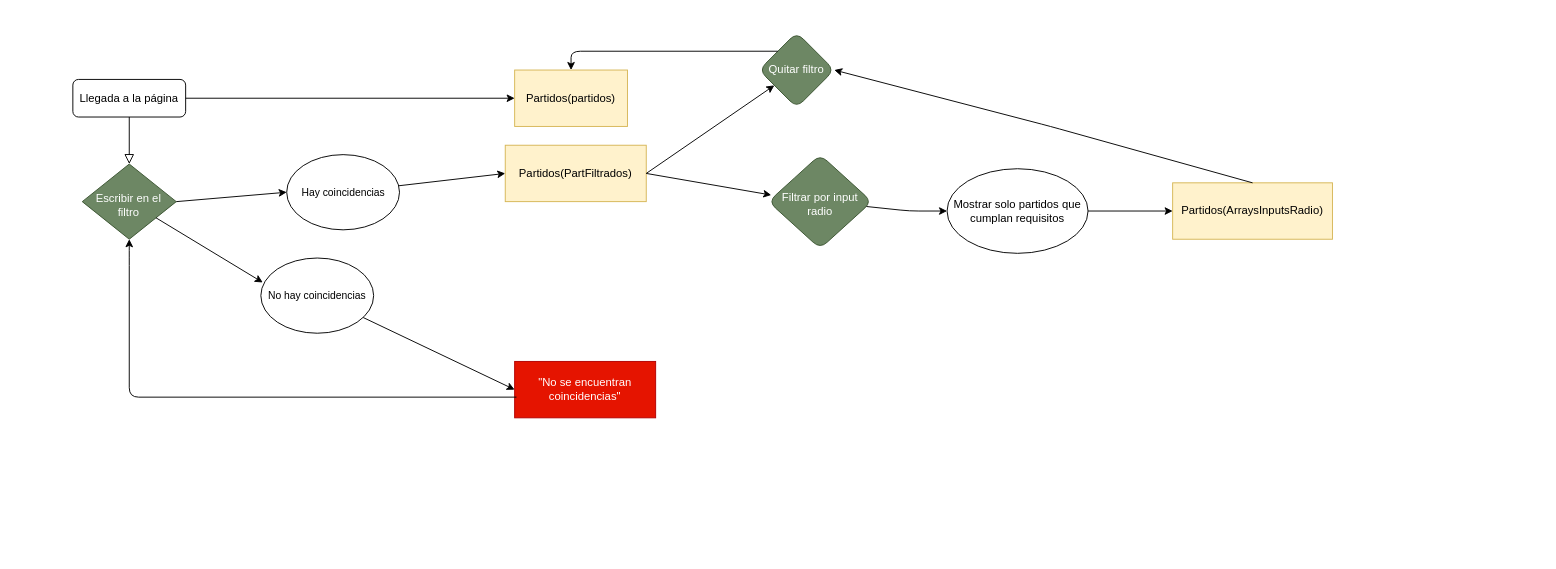
javimelia/SecondProject keeps this draw.io diagram as Flowchart.drawio. Above is the earlier version. Source tidied: cells renumbered, new cells numbered last; positions are measured from the earlier drawing's top-left corner, leaving out a move shared by most shapes. Both pictures are drawn from the tidied source at 94%, with x=0, y=0 at pixel (72, 32).
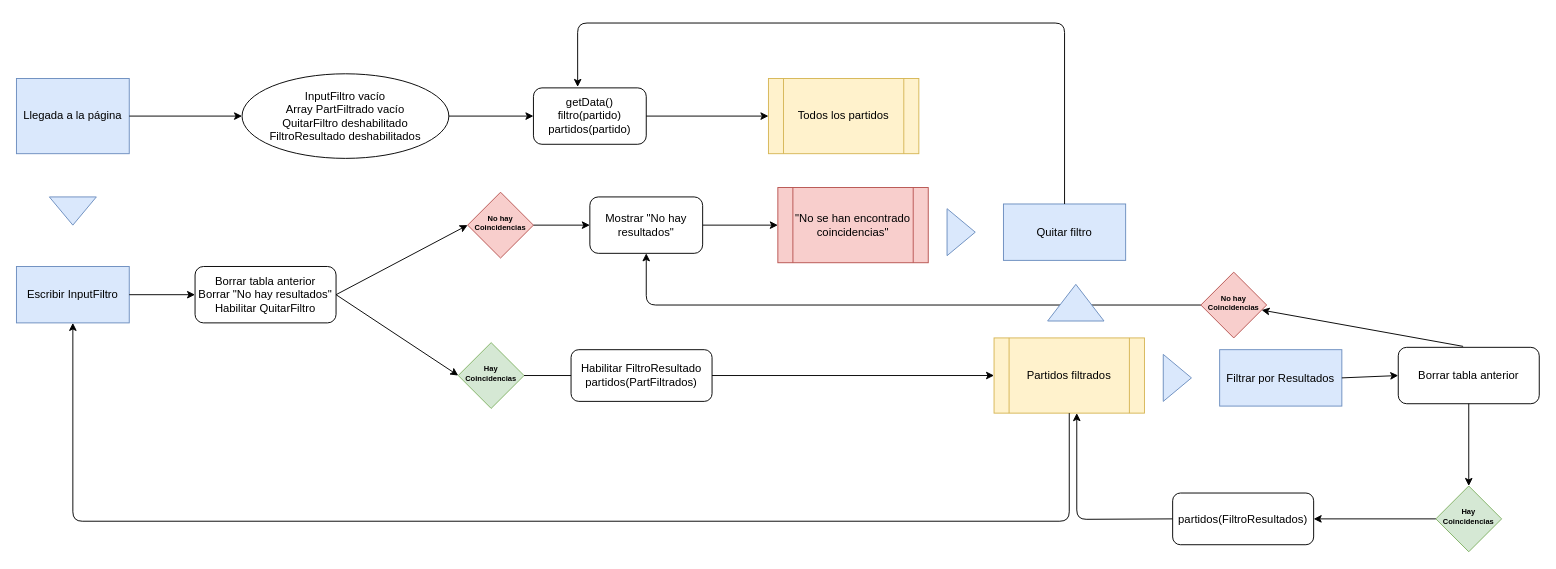
The same page after the edit.

What changed in the source:
```diff
@@
-    <mxCell id="0" />
-    <mxCell id="1" parent="0" />
-    <mxCell id="2" style="rounded=0;html=1;jettySize=auto;fontSize=11;endArrow=block;endFill=0;endSize=8;strokeWidth=1;shadow=0;labelBackgroundColor=none;edgeStyle=orthogonalEdgeStyle;" parent="1" edge="1" source="3" target="4">
-      <mxGeometry relative="1" as="geometry" />
-    </mxCell>
+    <mxCell id="26" />
+    <mxCell id="27" parent="26" />
-    <mxCell id="3" value="Llegada a la página" style="rounded=1;whiteSpace=wrap;html=1;fontSize=12;glass=0;strokeWidth=1;shadow=0;" parent="1" vertex="1">
-      <mxGeometry y="50" width="120" height="40" as="geometry" />
+    <mxCell id="3" value="Llegada a la página" style="rounded=0;whiteSpace=wrap;html=1;fillColor=#dae8fc;strokeColor=#6c8ebf;" parent="27" vertex="1">
+      <mxGeometry x="-60" y="49" width="120" height="80" as="geometry" />
     </mxCell>
-    <mxCell id="4" value="Escribir en el filtro" style="rhombus;whiteSpace=wrap;html=1;shadow=0;fontFamily=Helvetica;fontSize=12;align=center;strokeWidth=1;spacing=6;spacingTop=8;horizontal=1;verticalAlign=middle;spacingLeft=5;spacingRight=6;fillColor=#6d8764;strokeColor=#3A5431;fontColor=#ffffff;" parent="1" vertex="1">
-      <mxGeometry x="10" y="140" width="100" height="80" as="geometry" />
-    </mxCell>
-    <mxCell id="5" value="Partidos(partidos)" style="rounded=0;whiteSpace=wrap;html=1;fillColor=#fff2cc;strokeColor=#d6b656;" parent="1" vertex="1">
-      <mxGeometry x="470" y="40" width="120" height="60" as="geometry" />
-    </mxCell>
-    <mxCell id="6" value="Partidos(PartFiltrados)" style="rounded=0;whiteSpace=wrap;html=1;fillColor=#fff2cc;strokeColor=#d6b656;" parent="1" vertex="1">
-      <mxGeometry x="460" y="120" width="150" height="60" as="geometry" />
-    </mxCell>
-    <mxCell id="7" style="endArrow=classic;html=1;exitX=1;exitY=0.5;exitDx=0;exitDy=0;" parent="1" edge="1" source="6" target="8">
-      <mxGeometry relative="1" as="geometry" />
-    </mxCell>
+    <mxCell id="28" value="InputFiltro vacío&lt;br&gt;Array PartFiltrado vacío&lt;br&gt;QuitarFiltro deshabilitado&lt;br&gt;FiltroResultado deshabilitados" style="ellipse;whiteSpace=wrap;html=1;spacing=0;" parent="27" vertex="1">
+      <mxGeometry x="180" y="44" width="220" height="90" as="geometry" />
+    </mxCell>
+    <mxCell id="29" style="endArrow=classic;html=1;exitX=1;exitY=0.5;exitDx=0;exitDy=0;" parent="27" edge="1" source="3" target="28">
+      <mxGeometry relative="1" as="geometry" />
+    </mxCell>
+    <mxCell id="30" style="endArrow=classic;html=1;exitX=1;exitY=0.5;exitDx=0;exitDy=0;entryX=0;entryY=0.5;entryDx=0;entryDy=0;" parent="27" edge="1" source="28" target="31">
+      <mxGeometry relative="1" as="geometry" />
+    </mxCell>
+    <mxCell id="31" value="getData()&lt;br&gt;filtro(partido)&lt;br&gt;partidos(partido)" style="rounded=1;whiteSpace=wrap;html=1;" parent="27" vertex="1">
+      <mxGeometry x="490" y="59" width="120" height="60" as="geometry" />
+    </mxCell>
+    <mxCell id="32" style="endArrow=classic;html=1;exitX=1;exitY=0.5;exitDx=0;exitDy=0;entryX=0;entryY=0.5;entryDx=0;entryDy=0;" parent="27" edge="1" source="31" target="33">
+      <mxGeometry relative="1" as="geometry" />
+    </mxCell>
+    <mxCell id="33" value="Todos los partidos" style="shape=process;whiteSpace=wrap;html=1;backgroundOutline=1;fillColor=#fff2cc;strokeColor=#d6b656;" parent="27" vertex="1">
+      <mxGeometry x="740" y="49" width="160" height="80" as="geometry" />
+    </mxCell>
+    <mxCell id="34" style="triangle;whiteSpace=wrap;html=1;direction=south;fillColor=#dae8fc;strokeColor=#6c8ebf;" parent="27" vertex="1">
+      <mxGeometry x="-25" y="175" width="50" height="30" as="geometry" />
+    </mxCell>
+    <mxCell id="35" value="Escribir InputFiltro" style="rounded=0;whiteSpace=wrap;html=1;fillColor=#dae8fc;strokeColor=#6c8ebf;" parent="27" vertex="1">
+      <mxGeometry x="-60" y="249" width="120" height="60" as="geometry" />
+    </mxCell>
+    <mxCell id="36" style="triangle;whiteSpace=wrap;html=1;direction=east;fillColor=#dae8fc;strokeColor=#6c8ebf;" parent="27" vertex="1">
+      <mxGeometry x="1160" y="342.5" width="30" height="50" as="geometry" />
+    </mxCell>
+    <mxCell id="37" value="Filtrar por Resultados" style="rounded=0;whiteSpace=wrap;html=1;fillColor=#dae8fc;strokeColor=#6c8ebf;" parent="27" vertex="1">
+      <mxGeometry x="1220" y="337.5" width="130" height="60" as="geometry" />
+    </mxCell>
+    <mxCell id="38" style="endArrow=classic;html=1;exitX=1;exitY=0.5;exitDx=0;exitDy=0;entryX=0;entryY=0.5;entryDx=0;entryDy=0;" parent="27" edge="1" source="41" target="43">
+      <mxGeometry relative="1" as="geometry" />
+    </mxCell>
+    <mxCell id="39" value="Habilitar FiltroResultado&lt;br&gt;partidos(PartFiltrados)" style="rounded=1;whiteSpace=wrap;html=1;" parent="27" vertex="1">
+      <mxGeometry x="530" y="337.5" width="150" height="55" as="geometry" />
+    </mxCell>
+    <mxCell id="40" value="Partidos filtrados" style="shape=process;whiteSpace=wrap;html=1;backgroundOutline=1;fillColor=#fff2cc;strokeColor=#d6b656;" parent="27" vertex="1">
+      <mxGeometry x="980" y="325" width="160" height="80" as="geometry" />
+    </mxCell>
+    <mxCell id="41" value="Borrar tabla anterior&lt;br&gt;Borrar &quot;No hay resultados&quot;&lt;br&gt;Habilitar QuitarFiltro" style="rounded=1;whiteSpace=wrap;html=1;" parent="27" vertex="1">
+      <mxGeometry x="130" y="249" width="150" height="60" as="geometry" />
+    </mxCell>
+    <mxCell id="42" style="endArrow=classic;html=1;exitX=1;exitY=0.5;exitDx=0;exitDy=0;" parent="27" edge="1" source="39" target="40">
+      <mxGeometry relative="1" as="geometry" />
+    </mxCell>
+    <mxCell id="43" value="Hay &lt;br&gt;Coincidencias" style="rhombus;whiteSpace=wrap;html=1;labelBackgroundColor=none;fontSize=8;fontStyle=1;spacingTop=-5;fillColor=#d5e8d4;strokeColor=#82b366;" parent="27" vertex="1">
+      <mxGeometry x="410" y="330" width="70" height="70" as="geometry" />
+    </mxCell>
+    <mxCell id="44" style="endArrow=none;html=1;fontSize=8;entryX=0;entryY=0.5;entryDx=0;entryDy=0;exitX=1;exitY=0.5;exitDx=0;exitDy=0;" parent="27" edge="1" source="43" target="39">
+      <mxGeometry relative="1" as="geometry" />
+    </mxCell>
+    <mxCell id="45" value="No hay &lt;br&gt;Coincidencias" style="rhombus;whiteSpace=wrap;html=1;labelBackgroundColor=none;fontSize=8;fontStyle=1;spacingTop=-5;fillColor=#f8cecc;strokeColor=#b85450;" parent="27" vertex="1">
+      <mxGeometry x="420" y="170" width="70" height="70" as="geometry" />
+    </mxCell>
+    <mxCell id="46" style="endArrow=classic;html=1;exitX=1;exitY=0.5;exitDx=0;exitDy=0;entryX=0;entryY=0.5;entryDx=0;entryDy=0;" parent="27" edge="1" source="50" target="47">
+      <mxGeometry relative="1" as="geometry" />
+    </mxCell>
+    <mxCell id="47" value="&quot;No se han encontrado coincidencias&quot;" style="shape=process;whiteSpace=wrap;html=1;backgroundOutline=1;fillColor=#f8cecc;strokeColor=#b85450;" parent="27" vertex="1">
+      <mxGeometry x="750" y="165" width="160" height="80" as="geometry" />
+    </mxCell>
+    <mxCell id="48" style="endArrow=classic;html=1;fontSize=8;exitX=1;exitY=0.5;exitDx=0;exitDy=0;entryX=0;entryY=0.5;entryDx=0;entryDy=0;" parent="27" edge="1" source="41" target="45">
+      <mxGeometry relative="1" as="geometry" />
+    </mxCell>
+    <mxCell id="49" style="endArrow=classic;html=1;fontSize=8;" parent="27" edge="1" source="35" target="41">
+      <mxGeometry relative="1" as="geometry" />
+    </mxCell>
+    <mxCell id="50" value="Mostrar &quot;No hay resultados&quot;" style="rounded=1;whiteSpace=wrap;html=1;" parent="27" vertex="1">
+      <mxGeometry x="550" y="175" width="120" height="60" as="geometry" />
+    </mxCell>
+    <mxCell id="51" style="endArrow=classic;html=1;exitX=1;exitY=0.5;exitDx=0;exitDy=0;entryX=0;entryY=0.5;entryDx=0;entryDy=0;" parent="27" edge="1" source="45" target="50">
+      <mxGeometry relative="1" as="geometry" />
+    </mxCell>
+    <mxCell id="52" style="endArrow=classic;html=1;exitX=1;exitY=0.5;exitDx=0;exitDy=0;entryX=0;entryY=0.5;entryDx=0;entryDy=0;" parent="27" edge="1" source="37" target="54">
+      <mxGeometry relative="1" as="geometry" />
+    </mxCell>
+    <mxCell id="53" style="triangle;whiteSpace=wrap;html=1;direction=east;fillColor=#dae8fc;strokeColor=#6c8ebf;" parent="27" vertex="1">
+      <mxGeometry x="930" y="187.5" width="30" height="50" as="geometry" />
+    </mxCell>
-    <mxCell id="8" value="Quitar filtro" style="rhombus;whiteSpace=wrap;html=1;rounded=1;glass=0;fillColor=#6d8764;strokeColor=#3A5431;fontColor=#ffffff;" parent="1" vertex="1">
-      <mxGeometry x="730" width="80" height="80" as="geometry" />
+    <mxCell id="8" value="Quitar filtro" style="rounded=0;whiteSpace=wrap;html=1;fillColor=#dae8fc;strokeColor=#6c8ebf;" parent="27" vertex="1">
+      <mxGeometry x="990" y="182.5" width="130" height="60" as="geometry" />
     </mxCell>
-    <mxCell id="9" value="Filtrar por input radio" style="rhombus;whiteSpace=wrap;html=1;rounded=1;glass=0;spacingTop=5;fillColor=#6d8764;strokeColor=#3A5431;fontColor=#ffffff;" parent="1" vertex="1">
-      <mxGeometry x="740" y="130" width="110" height="100" as="geometry" />
-    </mxCell>
-    <mxCell id="10" style="endArrow=classic;html=1;exitX=1;exitY=0.5;exitDx=0;exitDy=0;entryX=0.027;entryY=0.43;entryDx=0;entryDy=0;entryPerimeter=0;" parent="1" edge="1" source="6" target="9">
-      <mxGeometry relative="1" as="geometry" />
-    </mxCell>
-    <mxCell id="11" style="endArrow=classic;html=1;" parent="1" edge="1" source="9">
-      <mxGeometry relative="1" as="geometry">
-        <mxPoint x="930" y="190" as="targetPoint" />
-        <Array as="points">
-          <mxPoint x="890" y="190" />
-        </Array>
-      </mxGeometry>
-    </mxCell>
-    <mxCell id="12" value="Mostrar solo partidos que cumplan requisitos" style="ellipse;whiteSpace=wrap;html=1;rounded=1;glass=0;" parent="1" vertex="1">
-      <mxGeometry x="930" y="145" width="150" height="90" as="geometry" />
-    </mxCell>
-    <mxCell id="13" value="Partidos(ArraysInputsRadio)" style="rounded=0;whiteSpace=wrap;html=1;fillColor=#fff2cc;strokeColor=#d6b656;" parent="1" vertex="1">
-      <mxGeometry x="1170" y="160" width="170" height="60" as="geometry" />
-    </mxCell>
-    <mxCell id="14" style="endArrow=classic;html=1;entryX=0;entryY=0.5;entryDx=0;entryDy=0;" parent="1" edge="1" source="20" target="15">
-      <mxGeometry relative="1" as="geometry" />
-    </mxCell>
-    <mxCell id="15" value="&quot;No se encuentran coincidencias&quot;" style="rounded=0;whiteSpace=wrap;html=1;fillColor=#e51400;strokeColor=#B20000;fontColor=#ffffff;" parent="1" vertex="1">
-      <mxGeometry x="470" y="350" width="150" height="60" as="geometry" />
-    </mxCell>
-    <mxCell id="16" style="endArrow=classic;html=1;entryX=1;entryY=0.5;entryDx=0;entryDy=0;exitX=0.5;exitY=0;exitDx=0;exitDy=0;" parent="1" edge="1" source="13" target="8">
-      <mxGeometry relative="1" as="geometry">
-        <Array as="points">
-          <mxPoint x="1040" y="100" />
-        </Array>
-      </mxGeometry>
-    </mxCell>
-    <mxCell id="17" style="endArrow=classic;html=1;entryX=0.5;entryY=0;entryDx=0;entryDy=0;exitX=0;exitY=0;exitDx=0;exitDy=0;" parent="1" edge="1" source="8" target="5">
-      <mxGeometry relative="1" as="geometry">
-        <Array as="points">
-          <mxPoint x="530" y="20" />
-        </Array>
-      </mxGeometry>
-    </mxCell>
-    <mxCell id="18" style="endArrow=classic;html=1;exitX=1;exitY=0.5;exitDx=0;exitDy=0;entryX=0;entryY=0.5;entryDx=0;entryDy=0;" parent="1" edge="1" source="12" target="13">
-      <mxGeometry relative="1" as="geometry" />
-    </mxCell>
-    <mxCell id="19" style="endArrow=classic;html=1;exitX=0.013;exitY=0.633;exitDx=0;exitDy=0;entryX=0.5;entryY=1;entryDx=0;entryDy=0;exitPerimeter=0;" parent="1" edge="1" source="15" target="4">
-      <mxGeometry relative="1" as="geometry">
-        <Array as="points">
-          <mxPoint x="60" y="388" />
-          <mxPoint x="60" y="238" />
-        </Array>
-      </mxGeometry>
-    </mxCell>
-    <mxCell id="20" value="&#10;&#10;&lt;span style=&quot;color: rgb(0, 0, 0); font-family: helvetica; font-size: 11px; font-style: normal; font-weight: 400; letter-spacing: normal; text-align: center; text-indent: 0px; text-transform: none; word-spacing: 0px; background-color: rgb(255, 255, 255); display: inline; float: none;&quot;&gt;No hay coincidencias&lt;/span&gt;&#10;&#10;" style="ellipse;whiteSpace=wrap;html=1;rounded=1;glass=0;" parent="1" vertex="1">
-      <mxGeometry x="200" y="240" width="120" height="80" as="geometry" />
-    </mxCell>
-    <mxCell id="21" style="endArrow=classic;html=1;entryX=0.017;entryY=0.325;entryDx=0;entryDy=0;entryPerimeter=0;" parent="1" edge="1" source="4" target="20">
-      <mxGeometry relative="1" as="geometry" />
-    </mxCell>
-    <mxCell id="22" style="endArrow=classic;html=1;entryX=0;entryY=0.5;entryDx=0;entryDy=0;" parent="1" edge="1" source="23" target="6">
-      <mxGeometry relative="1" as="geometry" />
-    </mxCell>
-    <mxCell id="23" value="&lt;span style=&quot;font-size: 11px ; background-color: rgb(255 , 255 , 255)&quot;&gt;Hay coincidencias&lt;/span&gt;" style="ellipse;whiteSpace=wrap;html=1;rounded=1;glass=0;" parent="1" vertex="1">
-      <mxGeometry x="227.5" y="130" width="120" height="80" as="geometry" />
-    </mxCell>
-    <mxCell id="24" style="endArrow=classic;html=1;entryX=0;entryY=0.5;entryDx=0;entryDy=0;exitX=1;exitY=0.5;exitDx=0;exitDy=0;" parent="1" edge="1" source="4" target="23">
-      <mxGeometry relative="1" as="geometry" />
-    </mxCell>
-    <mxCell id="25" style="edgeStyle=orthogonalEdgeStyle;rounded=0;jettySize=auto;html=1;entryX=0;entryY=0.5;entryDx=0;entryDy=0;" parent="1" edge="1" source="3" target="5">
-      <mxGeometry relative="1" as="geometry" />
-    </mxCell>
+    <mxCell id="54" value="Borrar tabla anterior" style="rounded=1;whiteSpace=wrap;html=1;" parent="27" vertex="1">
+      <mxGeometry x="1410" y="335" width="150" height="60" as="geometry" />
+    </mxCell>
+    <mxCell id="55" value="partidos(FiltroResultados)" style="rounded=1;whiteSpace=wrap;html=1;" parent="27" vertex="1">
+      <mxGeometry x="1170" y="490" width="150" height="55" as="geometry" />
+    </mxCell>
+    <mxCell id="56" value="Hay &lt;br&gt;Coincidencias" style="rhombus;whiteSpace=wrap;html=1;labelBackgroundColor=none;fontSize=8;fontStyle=1;spacingTop=-5;fillColor=#d5e8d4;strokeColor=#82b366;" parent="27" vertex="1">
+      <mxGeometry x="1450" y="482.5" width="70" height="70" as="geometry" />
+    </mxCell>
+    <mxCell id="57" value="No hay &lt;br&gt;Coincidencias" style="rhombus;whiteSpace=wrap;html=1;labelBackgroundColor=none;fontSize=8;fontStyle=1;spacingTop=-5;fillColor=#f8cecc;strokeColor=#b85450;" parent="27" vertex="1">
+      <mxGeometry x="1200" y="255" width="70" height="70" as="geometry" />
+    </mxCell>
+    <mxCell id="58" style="endArrow=classic;html=1;" parent="27" edge="1" source="54" target="56">
+      <mxGeometry relative="1" as="geometry" />
+    </mxCell>
+    <mxCell id="59" style="endArrow=classic;html=1;exitX=0.46;exitY=-0.017;exitDx=0;exitDy=0;exitPerimeter=0;" parent="27" edge="1" source="54" target="57">
+      <mxGeometry relative="1" as="geometry" />
+    </mxCell>
+    <mxCell id="60" style="endArrow=classic;html=1;exitX=0;exitY=0.5;exitDx=0;exitDy=0;" parent="27" edge="1" source="56" target="55">
+      <mxGeometry relative="1" as="geometry" />
+    </mxCell>
+    <mxCell id="61" style="endArrow=classic;html=1;exitX=0;exitY=0.5;exitDx=0;exitDy=0;entryX=0.55;entryY=1;entryDx=0;entryDy=0;entryPerimeter=0;" parent="27" edge="1" source="55" target="40">
+      <mxGeometry relative="1" as="geometry">
+        <Array as="points">
+          <mxPoint x="1068" y="518" />
+        </Array>
+      </mxGeometry>
+    </mxCell>
+    <mxCell id="62" style="endArrow=classic;html=1;exitX=0;exitY=0.5;exitDx=0;exitDy=0;entryX=0.5;entryY=1;entryDx=0;entryDy=0;" parent="27" edge="1" source="57" target="50">
+      <mxGeometry relative="1" as="geometry">
+        <Array as="points">
+          <mxPoint x="610" y="290" />
+        </Array>
+      </mxGeometry>
+    </mxCell>
+    <mxCell id="63" style="endArrow=classic;html=1;exitX=0.5;exitY=0;exitDx=0;exitDy=0;entryX=0.392;entryY=-0.017;entryDx=0;entryDy=0;entryPerimeter=0;" parent="27" edge="1" source="8" target="31">
+      <mxGeometry relative="1" as="geometry">
+        <Array as="points">
+          <mxPoint x="1055" y="-10" />
+          <mxPoint x="537" y="-10" />
+        </Array>
+      </mxGeometry>
+    </mxCell>
+    <mxCell id="64" style="triangle;whiteSpace=wrap;html=1;direction=north;fillColor=#dae8fc;strokeColor=#6c8ebf;" parent="27" vertex="1">
+      <mxGeometry x="1037" y="268" width="60" height="39" as="geometry" />
+    </mxCell>
+    <mxCell id="65" style="endArrow=classic;html=1;exitX=0.5;exitY=1;exitDx=0;exitDy=0;entryX=0.5;entryY=1;entryDx=0;entryDy=0;" parent="27" edge="1" source="40" target="35">
+      <mxGeometry relative="1" as="geometry">
+        <Array as="points">
+          <mxPoint x="1060" y="520" />
+          <mxPoint y="520" />
+        </Array>
+      </mxGeometry>
+    </mxCell>
```
